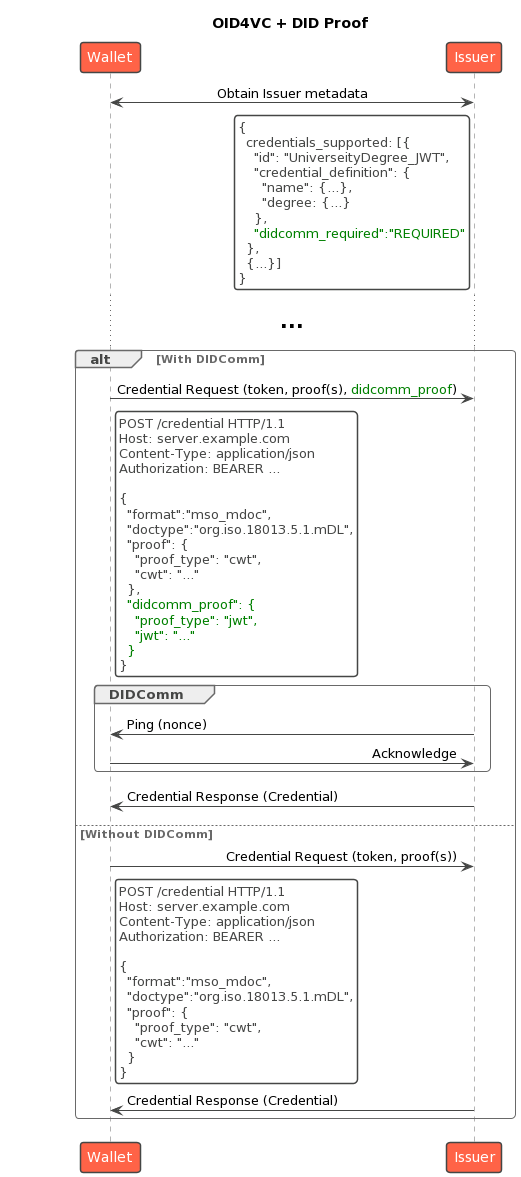
The PlantUML diagram Diagramme/OID4VCI/DID_Proof/did_proof.png in IDunion/OpenIDIDComm, before a commit.
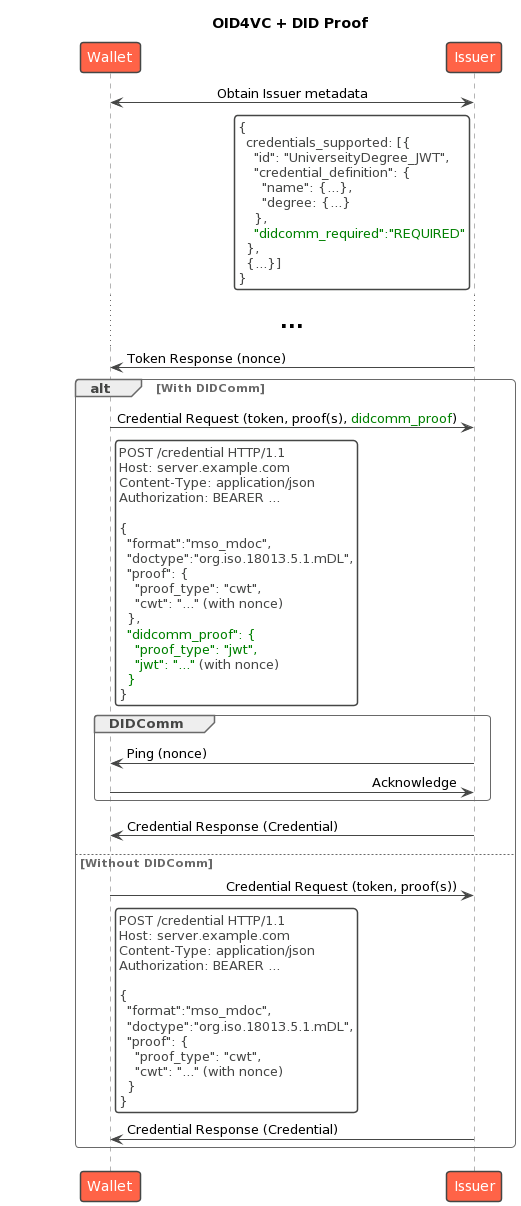
After the change.

Commit message:
More clear nonce usage for DID Proof flow and comparison-table extension

The edit, as a diff of the source:
```diff
@@ -24,6 +24,8 @@
 
 ... <size:20>**...**</size> ...
 
+Wallet <- CI: Token Response (nonce)
+
 alt With DIDComm
   Wallet -> CI: Credential Request (token, proof(s), <color green>didcomm_proof</color>)
   rnote right of Wallet #FFFFFF
@@ -37,11 +39,11 @@
   "doctype":"org.iso.18013.5.1.mDL",
   "proof": {
     "proof_type": "cwt",
-    "cwt": "..."
+    "cwt": "..." (with nonce)
   },
   <color green>"didcomm_proof": {</color>
     <color green>"proof_type": "jwt",</color>
-    <color green>"jwt": "..."</color>
+    <color green>"jwt": "..."</color> (with nonce)
   <color green>}</color>
 }
   end rnote
@@ -63,7 +65,7 @@
   "doctype":"org.iso.18013.5.1.mDL",
   "proof": {
     "proof_type": "cwt",
-    "cwt": "..."
+    "cwt": "..." (with nonce)
   }
 }
   end rnote
```
